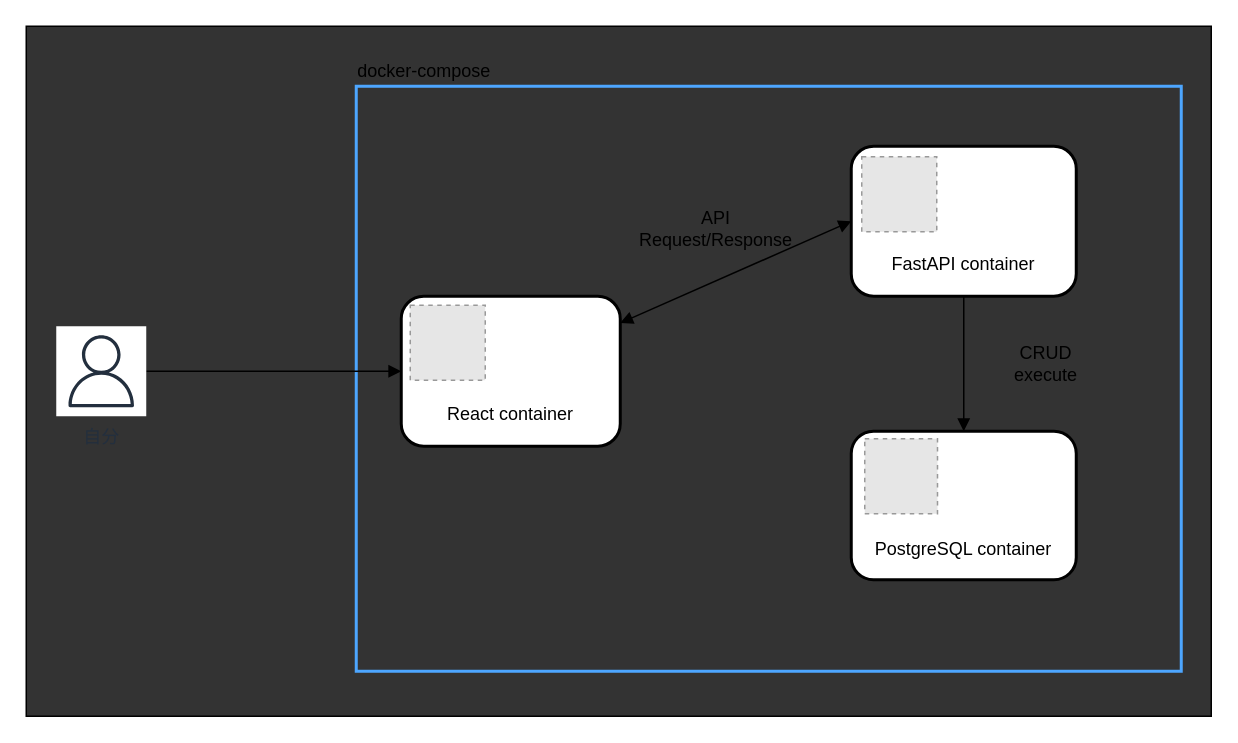
Earlier version of the draw.io diagram infrastructure.drawio (tanizawaf/growing). Source tidied: cells renumbered, new cells numbered last; positions are measured from the earlier drawing's top-left corner, leaving out a move shared by most shapes. Both pictures are drawn from the tidied source at 150%, with x=0, y=0 at pixel (26, 26). Pictures stored in the file or linked from it are replaced by grey dashed boxes.
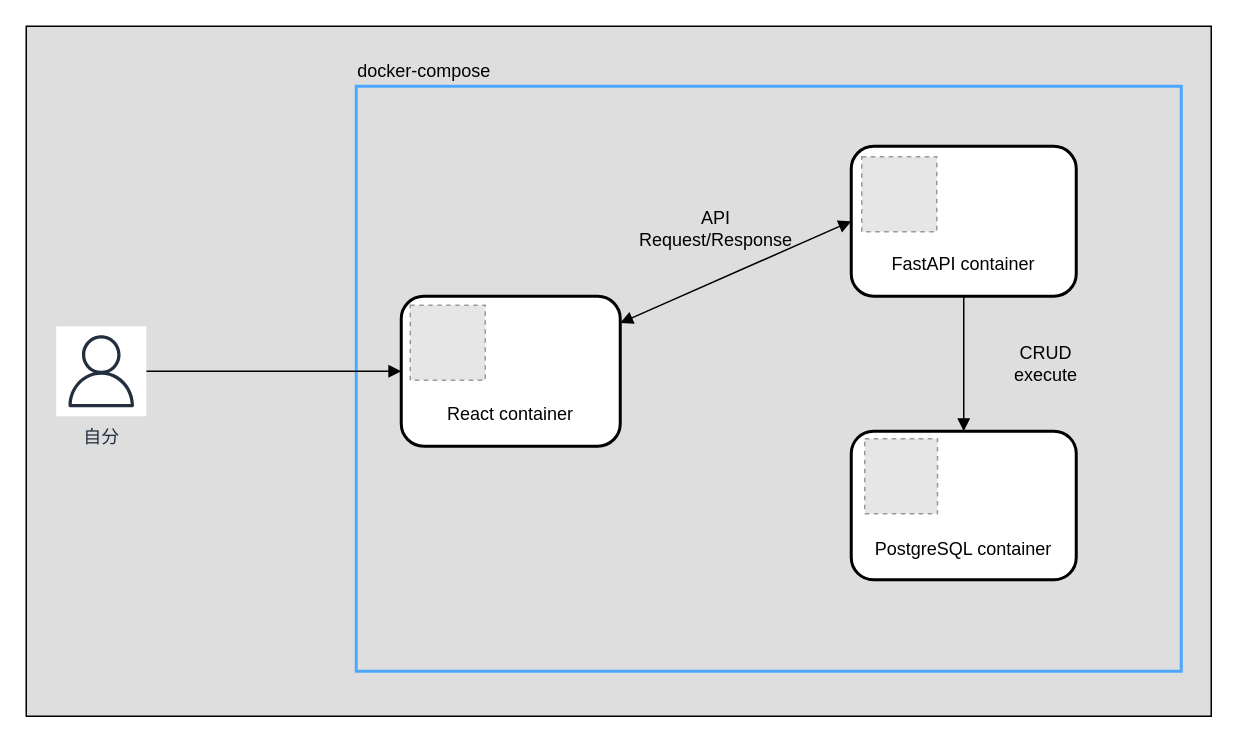
The same diagram, later.

Change to the diagram source:
```diff
@@
 <mxGraphModel>
   <root>
     <mxCell id="0" />
     <mxCell id="1" parent="0" />
-    <mxCell id="2" style="whiteSpace=wrap;html=1;fillColor=#333333;" parent="1" vertex="1">
+    <mxCell id="2" style="whiteSpace=wrap;html=1;fillColor=#DEDEDE;" parent="1" vertex="1">
       <mxGeometry width="790" height="460" as="geometry" />
     </mxCell>
     <mxCell id="3" style="whiteSpace=wrap;html=1;strokeWidth=2;fillColor=none;strokeColor=#4DA6FF;" parent="1" vertex="1">
       <mxGeometry x="220" y="40" width="550" height="390" as="geometry" />
     </mxCell>
     <mxCell id="4" style="edgeStyle=none;html=1;entryX=0;entryY=0.5;entryDx=0;entryDy=0;startArrow=none;startFill=0;endArrow=block;endFill=1;" parent="1" edge="1" source="5" target="8">
       <mxGeometry relative="1" as="geometry" />
     </mxCell>
     <mxCell id="5" value="自分" style="sketch=0;outlineConnect=0;fontColor=#232F3E;gradientColor=none;strokeColor=#232F3E;fillColor=#ffffff;dashed=0;verticalLabelPosition=bottom;verticalAlign=top;align=center;html=1;fontSize=12;fontStyle=0;shape=mxgraph.aws4.resourceIcon;resIcon=mxgraph.aws4.user;" parent="1" vertex="1">
       <mxGeometry x="20" y="200" width="60" height="60" as="geometry" />
     </mxCell>
     <mxCell id="6" value="docker-compose" style="text;html=1;align=center;verticalAlign=middle;strokeColor=none;fillColor=none;" parent="1" vertex="1">
       <mxGeometry x="210" y="15" width="110" height="30" as="geometry" />
     </mxCell>
     <mxCell id="7" style="group;" parent="1" vertex="1">
       <mxGeometry x="250" y="180" width="150" height="100" as="geometry" />
     </mxCell>
     <mxCell id="8" value="&lt;br&gt;&lt;br&gt;&lt;br&gt;&lt;br&gt;React container" style="whiteSpace=wrap;html=1;strokeWidth=2;rounded=1;" parent="7" vertex="1">
       <mxGeometry width="146" height="100" as="geometry" />
     </mxCell>
     <mxCell id="9" style="fillColor=#E6E6E6;strokeColor=#999999;dashed=1;verticalLabelPosition=bottom;verticalAlign=top;" parent="7" vertex="1">
       <mxGeometry x="6" y="6" width="50" height="50" as="geometry" />
     </mxCell>
     <mxCell id="10" style="group;" parent="1" vertex="1">
       <mxGeometry x="550" y="80" width="150" height="100" as="geometry" />
     </mxCell>
     <mxCell id="11" value="&lt;br&gt;&lt;br&gt;&lt;br&gt;&lt;br&gt;FastAPI container" style="whiteSpace=wrap;html=1;rounded=1;strokeWidth=2;" parent="10" vertex="1">
       <mxGeometry width="150" height="100" as="geometry" />
     </mxCell>
     <mxCell id="12" style="fillColor=#E6E6E6;strokeColor=#999999;dashed=1;verticalLabelPosition=bottom;verticalAlign=top;" parent="10" vertex="1">
       <mxGeometry x="7" y="7" width="50" height="50" as="geometry" />
     </mxCell>
     <mxCell id="13" style="group;" parent="1" vertex="1">
       <mxGeometry x="550" y="270" width="150" height="99" as="geometry" />
     </mxCell>
     <mxCell id="14" value="&lt;br&gt;&lt;br&gt;&lt;br&gt;&lt;br&gt;PostgreSQL container" style="whiteSpace=wrap;html=1;rounded=1;strokeWidth=2;" parent="13" vertex="1">
       <mxGeometry width="150" height="99" as="geometry" />
     </mxCell>
     <mxCell id="15" style="fillColor=#E6E6E6;strokeColor=#999999;dashed=1;verticalLabelPosition=bottom;verticalAlign=top;" parent="13" vertex="1">
       <mxGeometry x="9" y="5" width="48.5" height="50" as="geometry" />
     </mxCell>
     <mxCell id="16" style="edgeStyle=none;html=1;entryX=0;entryY=0.5;entryDx=0;entryDy=0;startArrow=block;startFill=1;endArrow=block;endFill=1;" parent="1" edge="1" source="8" target="11">
       <mxGeometry relative="1" as="geometry" />
     </mxCell>
     <mxCell id="17" value="API Request/Response" style="text;strokeColor=none;align=center;fillColor=none;html=1;verticalAlign=middle;whiteSpace=wrap;rounded=0;strokeWidth=2;" parent="1" vertex="1">
       <mxGeometry x="430" y="120" width="60" height="30" as="geometry" />
     </mxCell>
     <mxCell id="18" style="edgeStyle=none;html=1;startArrow=none;startFill=0;endArrow=block;endFill=1;" parent="1" edge="1" source="11" target="14">
       <mxGeometry relative="1" as="geometry" />
     </mxCell>
     <mxCell id="19" value="CRUD execute" style="text;strokeColor=none;align=center;fillColor=none;html=1;verticalAlign=middle;whiteSpace=wrap;rounded=0;strokeWidth=2;" parent="1" vertex="1">
       <mxGeometry x="650" y="210" width="60" height="30" as="geometry" />
     </mxCell>
   </root>
 </mxGraphModel>
```
